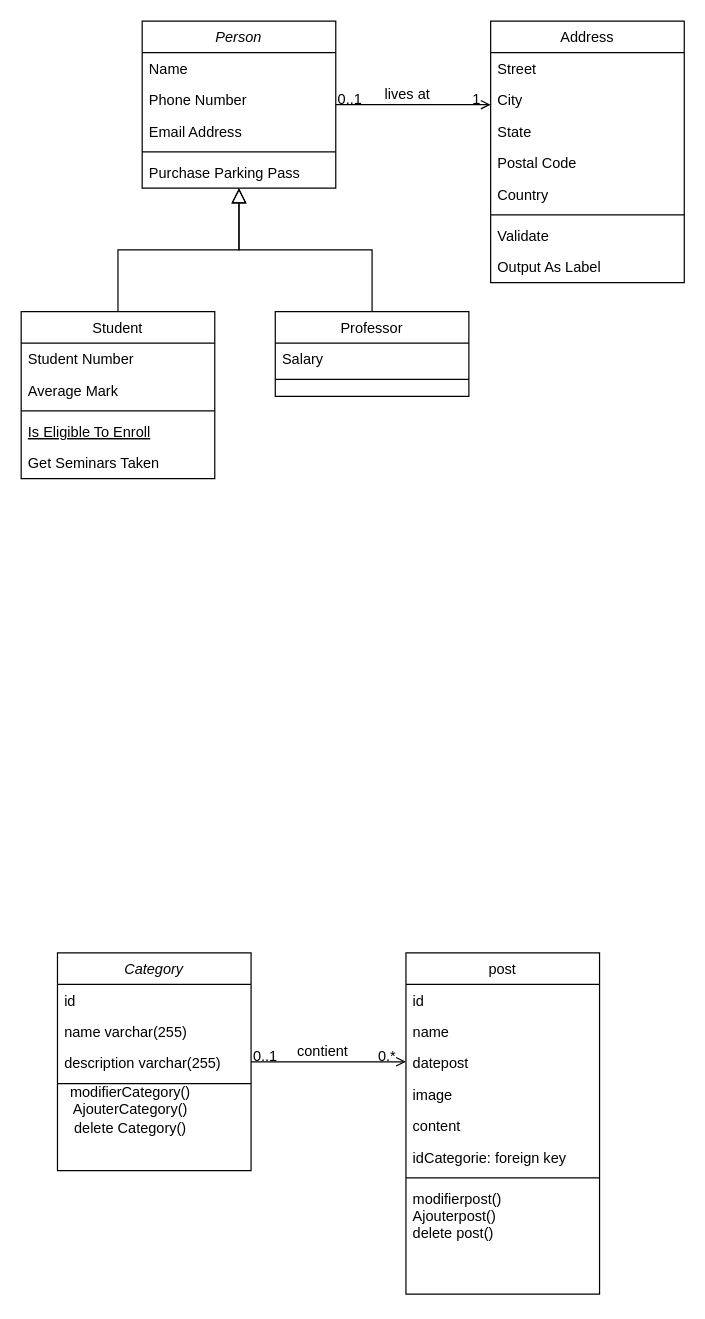
This is Diagramclass.drawio from ilyes15med/blog, a draw.io file, before an edit. Source tidied: cells renumbered, new cells numbered last; positions are measured from the earlier drawing's top-left corner, leaving out a move shared by most shapes. Both pictures are drawn from the tidied source at 121%, with x=0, y=0 at pixel (21, 21).
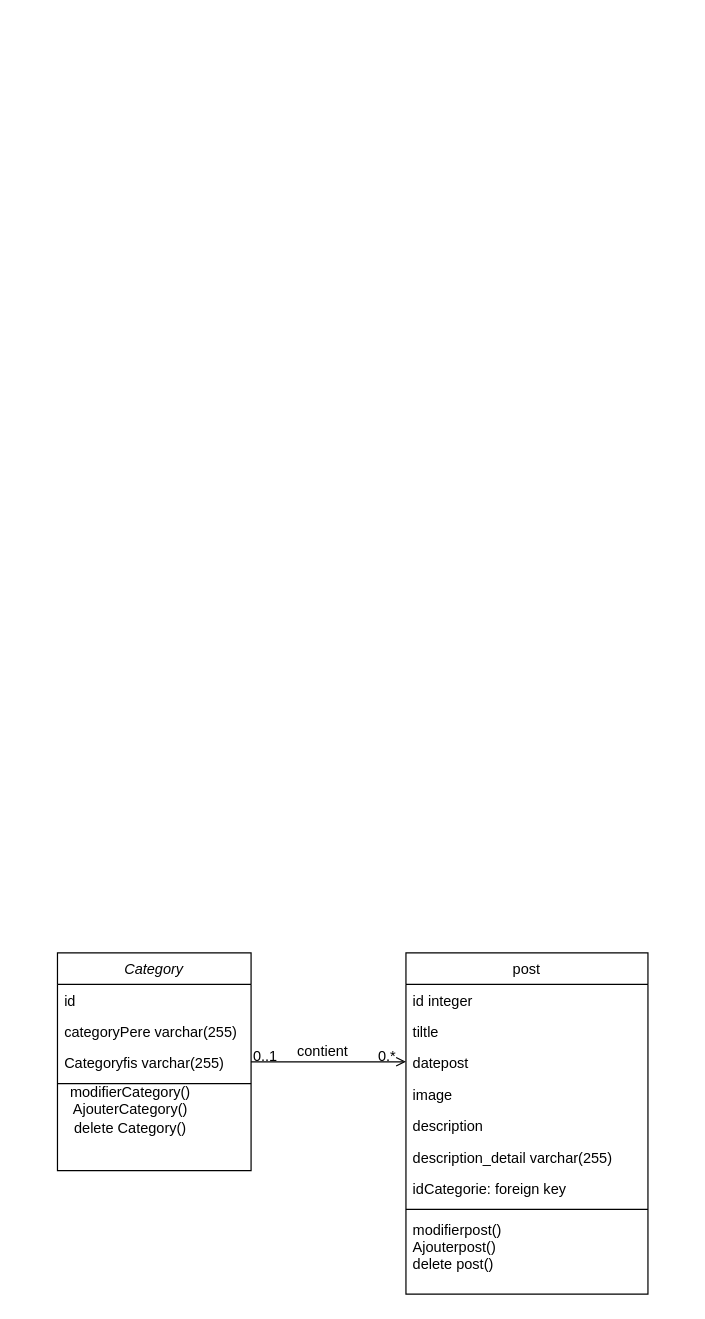
Above is the later version.

Unchanged cells that the change refers to:
```xml
<mxCell id="32" value="Category" style="swimlane;fontStyle=2;align=center;verticalAlign=top;horizontal=1;startSize=26;rounded=0;shadow=0;strokeWidth=1;" parent="1" vertex="1">
  <mxGeometry x="30" y="770" width="160" height="180" as="geometry" />
</mxCell>
```

Change to the diagram source:
```diff
@@
-    <mxCell id="2" value="Person" style="swimlane;fontStyle=2;align=center;verticalAlign=top;horizontal=1;startSize=26;rounded=0;shadow=0;strokeWidth=1;" parent="1" vertex="1">
-      <mxGeometry x="100" width="160" height="138" as="geometry" />
-    </mxCell>
-    <mxCell id="3" value="Name" style="text;align=left;verticalAlign=top;spacingLeft=4;spacingRight=4;overflow=hidden;" parent="2" vertex="1">
-      <mxGeometry y="26" width="160" height="26" as="geometry" />
-    </mxCell>
-    <mxCell id="4" value="Phone Number" style="text;align=left;verticalAlign=top;spacingLeft=4;spacingRight=4;overflow=hidden;rounded=0;shadow=0;html=0;" parent="2" vertex="1">
-      <mxGeometry y="52" width="160" height="26" as="geometry" />
-    </mxCell>
-    <mxCell id="5" value="Email Address" style="text;align=left;verticalAlign=top;spacingLeft=4;spacingRight=4;overflow=hidden;rounded=0;shadow=0;html=0;" parent="2" vertex="1">
-      <mxGeometry y="78" width="160" height="26" as="geometry" />
-    </mxCell>
-    <mxCell id="6" style="line;html=1;strokeWidth=1;align=left;verticalAlign=middle;spacingTop=-1;spacingLeft=3;spacingRight=3;labelPosition=right;" parent="2" vertex="1">
-      <mxGeometry y="104" width="160" height="8" as="geometry" />
-    </mxCell>
-    <mxCell id="7" value="Purchase Parking Pass" style="text;align=left;verticalAlign=top;spacingLeft=4;spacingRight=4;overflow=hidden;" parent="2" vertex="1">
-      <mxGeometry y="112" width="160" height="26" as="geometry" />
-    </mxCell>
-    <mxCell id="8" value="Student" style="swimlane;fontStyle=0;align=center;verticalAlign=top;horizontal=1;startSize=26;rounded=0;shadow=0;strokeWidth=1;" parent="1" vertex="1">
-      <mxGeometry y="240" width="160" height="138" as="geometry" />
-    </mxCell>
-    <mxCell id="9" value="Student Number" style="text;align=left;verticalAlign=top;spacingLeft=4;spacingRight=4;overflow=hidden;" parent="8" vertex="1">
-      <mxGeometry y="26" width="160" height="26" as="geometry" />
-    </mxCell>
-    <mxCell id="10" value="Average Mark" style="text;align=left;verticalAlign=top;spacingLeft=4;spacingRight=4;overflow=hidden;rounded=0;shadow=0;html=0;" parent="8" vertex="1">
-      <mxGeometry y="52" width="160" height="26" as="geometry" />
-    </mxCell>
-    <mxCell id="11" style="line;html=1;strokeWidth=1;align=left;verticalAlign=middle;spacingTop=-1;spacingLeft=3;spacingRight=3;labelPosition=right;" parent="8" vertex="1">
-      <mxGeometry y="78" width="160" height="8" as="geometry" />
-    </mxCell>
-    <mxCell id="12" value="Is Eligible To Enroll" style="text;align=left;verticalAlign=top;spacingLeft=4;spacingRight=4;overflow=hidden;fontStyle=4;" parent="8" vertex="1">
-      <mxGeometry y="86" width="160" height="26" as="geometry" />
-    </mxCell>
-    <mxCell id="13" value="Get Seminars Taken" style="text;align=left;verticalAlign=top;spacingLeft=4;spacingRight=4;overflow=hidden;" parent="8" vertex="1">
-      <mxGeometry y="112" width="160" height="26" as="geometry" />
-    </mxCell>
-    <mxCell id="14" style="endArrow=block;endSize=10;endFill=0;shadow=0;strokeWidth=1;rounded=0;curved=0;edgeStyle=elbowEdgeStyle;elbow=vertical;" parent="1" edge="1" source="8" target="2">
-      <mxGeometry relative="1" as="geometry" />
-    </mxCell>
-    <mxCell id="15" value="Professor" style="swimlane;fontStyle=0;align=center;verticalAlign=top;horizontal=1;startSize=26;rounded=0;shadow=0;strokeWidth=1;" parent="1" vertex="1">
-      <mxGeometry x="210" y="240" width="160" height="70" as="geometry" />
-    </mxCell>
-    <mxCell id="16" value="Salary" style="text;align=left;verticalAlign=top;spacingLeft=4;spacingRight=4;overflow=hidden;" parent="15" vertex="1">
-      <mxGeometry y="26" width="160" height="26" as="geometry" />
-    </mxCell>
-    <mxCell id="17" style="line;html=1;strokeWidth=1;align=left;verticalAlign=middle;spacingTop=-1;spacingLeft=3;spacingRight=3;labelPosition=right;" parent="15" vertex="1">
-      <mxGeometry y="52" width="160" height="8" as="geometry" />
-    </mxCell>
-    <mxCell id="18" style="endArrow=block;endSize=10;endFill=0;shadow=0;strokeWidth=1;rounded=0;curved=0;edgeStyle=elbowEdgeStyle;elbow=vertical;" parent="1" edge="1" source="15" target="2">
-      <mxGeometry relative="1" as="geometry" />
-    </mxCell>
-    <mxCell id="19" value="Address" style="swimlane;fontStyle=0;align=center;verticalAlign=top;horizontal=1;startSize=26;rounded=0;shadow=0;strokeWidth=1;" parent="1" vertex="1">
-      <mxGeometry x="388" width="160" height="216" as="geometry" />
-    </mxCell>
-    <mxCell id="20" value="Street" style="text;align=left;verticalAlign=top;spacingLeft=4;spacingRight=4;overflow=hidden;" parent="19" vertex="1">
-      <mxGeometry y="26" width="160" height="26" as="geometry" />
-    </mxCell>
-    <mxCell id="21" value="City" style="text;align=left;verticalAlign=top;spacingLeft=4;spacingRight=4;overflow=hidden;rounded=0;shadow=0;html=0;" parent="19" vertex="1">
-      <mxGeometry y="52" width="160" height="26" as="geometry" />
-    </mxCell>
-    <mxCell id="22" value="State" style="text;align=left;verticalAlign=top;spacingLeft=4;spacingRight=4;overflow=hidden;rounded=0;shadow=0;html=0;" parent="19" vertex="1">
-      <mxGeometry y="78" width="160" height="26" as="geometry" />
-    </mxCell>
-    <mxCell id="23" value="Postal Code" style="text;align=left;verticalAlign=top;spacingLeft=4;spacingRight=4;overflow=hidden;rounded=0;shadow=0;html=0;" parent="19" vertex="1">
-      <mxGeometry y="104" width="160" height="26" as="geometry" />
-    </mxCell>
-    <mxCell id="24" value="Country" style="text;align=left;verticalAlign=top;spacingLeft=4;spacingRight=4;overflow=hidden;rounded=0;shadow=0;html=0;" parent="19" vertex="1">
-      <mxGeometry y="130" width="160" height="26" as="geometry" />
-    </mxCell>
-    <mxCell id="25" style="line;html=1;strokeWidth=1;align=left;verticalAlign=middle;spacingTop=-1;spacingLeft=3;spacingRight=3;labelPosition=right;" parent="19" vertex="1">
-      <mxGeometry y="156" width="160" height="8" as="geometry" />
-    </mxCell>
-    <mxCell id="26" value="Validate" style="text;align=left;verticalAlign=top;spacingLeft=4;spacingRight=4;overflow=hidden;" parent="19" vertex="1">
-      <mxGeometry y="164" width="160" height="26" as="geometry" />
-    </mxCell>
-    <mxCell id="27" value="Output As Label" style="text;align=left;verticalAlign=top;spacingLeft=4;spacingRight=4;overflow=hidden;" parent="19" vertex="1">
-      <mxGeometry y="190" width="160" height="26" as="geometry" />
-    </mxCell>
-    <mxCell id="28" style="endArrow=open;shadow=0;strokeWidth=1;rounded=0;curved=0;endFill=1;edgeStyle=elbowEdgeStyle;elbow=vertical;" parent="1" edge="1" source="2" target="19">
-      <mxGeometry x="0.5" y="41" relative="1" as="geometry">
-        <mxPoint x="-40" y="32" as="offset" />
-      </mxGeometry>
-    </mxCell>
-    <mxCell id="29" value="0..1" style="align=left;verticalAlign=bottom;labelBackgroundColor=none;fontSize=12;" parent="28" vertex="1">
-      <mxGeometry x="-1" relative="1" as="geometry">
-        <mxPoint y="4" as="offset" />
-      </mxGeometry>
-    </mxCell>
-    <mxCell id="30" value="1" style="align=right;verticalAlign=bottom;labelBackgroundColor=none;fontSize=12;" parent="28" vertex="1">
-      <mxGeometry x="1" relative="1" as="geometry">
-        <mxPoint x="-7" y="4" as="offset" />
-      </mxGeometry>
-    </mxCell>
-    <mxCell id="31" value="lives at" style="text;html=1;align=center;verticalAlign=middle;labelBackgroundColor=none;rounded=0;shadow=0;strokeWidth=1;fontSize=12;" parent="28" vertex="1">
-      <mxGeometry x="0.5" y="49" relative="1" as="geometry">
-        <mxPoint x="-38" y="40" as="offset" />
-      </mxGeometry>
-    </mxCell>
@@
-    <mxCell id="34" value="name varchar(255)" style="text;align=left;verticalAlign=top;spacingLeft=4;spacingRight=4;overflow=hidden;rounded=0;shadow=0;html=0;" parent="32" vertex="1">
+    <mxCell id="34" value="categoryPere varchar(255)" style="text;align=left;verticalAlign=top;spacingLeft=4;spacingRight=4;overflow=hidden;rounded=0;shadow=0;html=0;" parent="32" vertex="1">
       <mxGeometry y="52" width="160" height="26" as="geometry" />
     </mxCell>
-    <mxCell id="35" value="description varchar(255)" style="text;align=left;verticalAlign=top;spacingLeft=4;spacingRight=4;overflow=hidden;rounded=0;shadow=0;html=0;" parent="32" vertex="1">
+    <mxCell id="35" value="Categoryfis varchar(255)" style="text;align=left;verticalAlign=top;spacingLeft=4;spacingRight=4;overflow=hidden;rounded=0;shadow=0;html=0;" parent="32" vertex="1">
       <mxGeometry y="78" width="160" height="26" as="geometry" />
     </mxCell>
@@
     <mxCell id="37" value="post" style="swimlane;fontStyle=0;align=center;verticalAlign=top;horizontal=1;startSize=26;rounded=0;shadow=0;strokeWidth=1;" parent="1" vertex="1">
-      <mxGeometry x="318" y="770" width="160" height="282" as="geometry" />
+      <mxGeometry x="318" y="770" width="200" height="282" as="geometry" />
     </mxCell>
-    <mxCell id="38" value="id" style="text;align=left;verticalAlign=top;spacingLeft=4;spacingRight=4;overflow=hidden;" parent="37" vertex="1">
-      <mxGeometry y="26" width="160" height="26" as="geometry" />
+    <mxCell id="38" value="id integer" style="text;align=left;verticalAlign=top;spacingLeft=4;spacingRight=4;overflow=hidden;" parent="37" vertex="1">
+      <mxGeometry y="26" width="200" height="26" as="geometry" />
     </mxCell>
-    <mxCell id="39" value="name" style="text;align=left;verticalAlign=top;spacingLeft=4;spacingRight=4;overflow=hidden;rounded=0;shadow=0;html=0;" parent="37" vertex="1">
-      <mxGeometry y="52" width="160" height="26" as="geometry" />
+    <mxCell id="39" value="tiltle" style="text;align=left;verticalAlign=top;spacingLeft=4;spacingRight=4;overflow=hidden;rounded=0;shadow=0;html=0;" parent="37" vertex="1">
+      <mxGeometry y="52" width="200" height="26" as="geometry" />
     </mxCell>
     <mxCell id="40" value="datepost" style="text;align=left;verticalAlign=top;spacingLeft=4;spacingRight=4;overflow=hidden;rounded=0;shadow=0;html=0;" parent="37" vertex="1">
-      <mxGeometry y="78" width="160" height="26" as="geometry" />
+      <mxGeometry y="78" width="200" height="26" as="geometry" />
     </mxCell>
     <mxCell id="41" value="image" style="text;align=left;verticalAlign=top;spacingLeft=4;spacingRight=4;overflow=hidden;rounded=0;shadow=0;html=0;" parent="37" vertex="1">
-      <mxGeometry y="104" width="160" height="26" as="geometry" />
+      <mxGeometry y="104" width="200" height="26" as="geometry" />
     </mxCell>
-    <mxCell id="42" value="content&#10;" style="text;align=left;verticalAlign=top;spacingLeft=4;spacingRight=4;overflow=hidden;rounded=0;shadow=0;html=0;" parent="37" vertex="1">
-      <mxGeometry y="130" width="160" height="26" as="geometry" />
+    <mxCell id="42" value="description&#10;" style="text;align=left;verticalAlign=top;spacingLeft=4;spacingRight=4;overflow=hidden;rounded=0;shadow=0;html=0;" parent="37" vertex="1">
+      <mxGeometry y="130" width="200" height="26" as="geometry" />
     </mxCell>
+    <mxCell id="51" value="description_detail varchar(255)" style="text;strokeColor=none;fillColor=none;align=left;verticalAlign=top;spacingLeft=4;spacingRight=4;overflow=hidden;whiteSpace=wrap;html=1;" parent="37" vertex="1">
+      <mxGeometry y="156" width="200" height="26" as="geometry" />
+    </mxCell>
     <mxCell id="43" value="idCategorie: foreign key" style="text;strokeColor=none;fillColor=none;align=left;verticalAlign=top;spacingLeft=4;spacingRight=4;overflow=hidden;whiteSpace=wrap;html=1;" parent="37" vertex="1">
-      <mxGeometry y="156" width="160" height="26" as="geometry" />
+      <mxGeometry y="182" width="200" height="26" as="geometry" />
     </mxCell>
     <mxCell id="44" style="line;html=1;strokeWidth=1;align=left;verticalAlign=middle;spacingTop=-1;spacingLeft=3;spacingRight=3;labelPosition=right;" parent="37" vertex="1">
-      <mxGeometry y="182" width="160" height="8" as="geometry" />
+      <mxGeometry y="208" width="200" height="8" as="geometry" />
     </mxCell>
     <mxCell id="45" value="modifierpost()&#10;Ajouterpost()&#10;delete post()" style="text;align=left;verticalAlign=top;spacingLeft=4;spacingRight=4;overflow=hidden;" parent="37" vertex="1">
-      <mxGeometry y="190" width="160" height="66" as="geometry" />
+      <mxGeometry y="216" width="200" height="66" as="geometry" />
     </mxCell>
```
